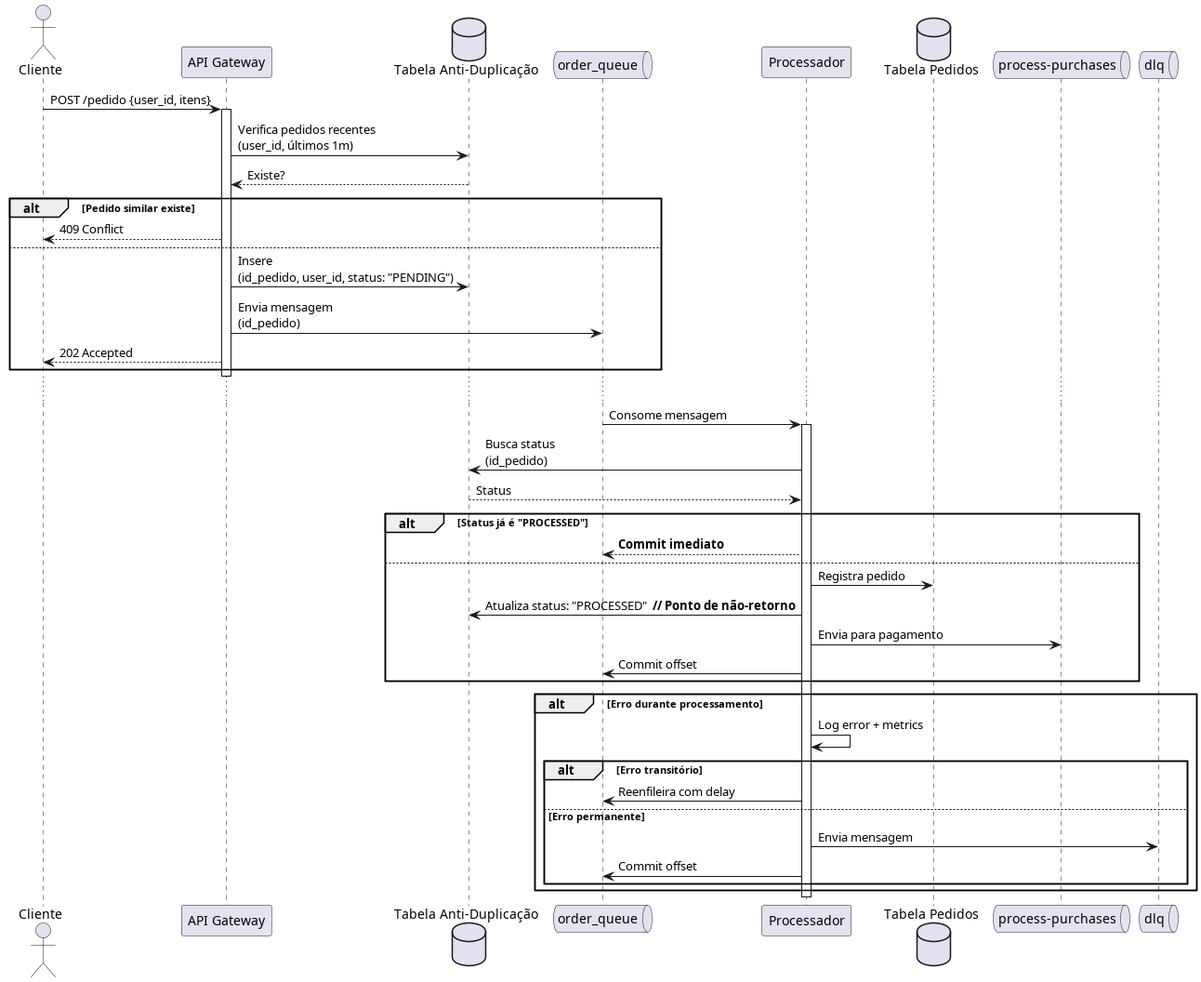
This is process-purchases/docs/enhanced_process_purchases_flow.png from Thales-Eduardo/gateway-pagament, a PlantUML export, as it was before one commit.
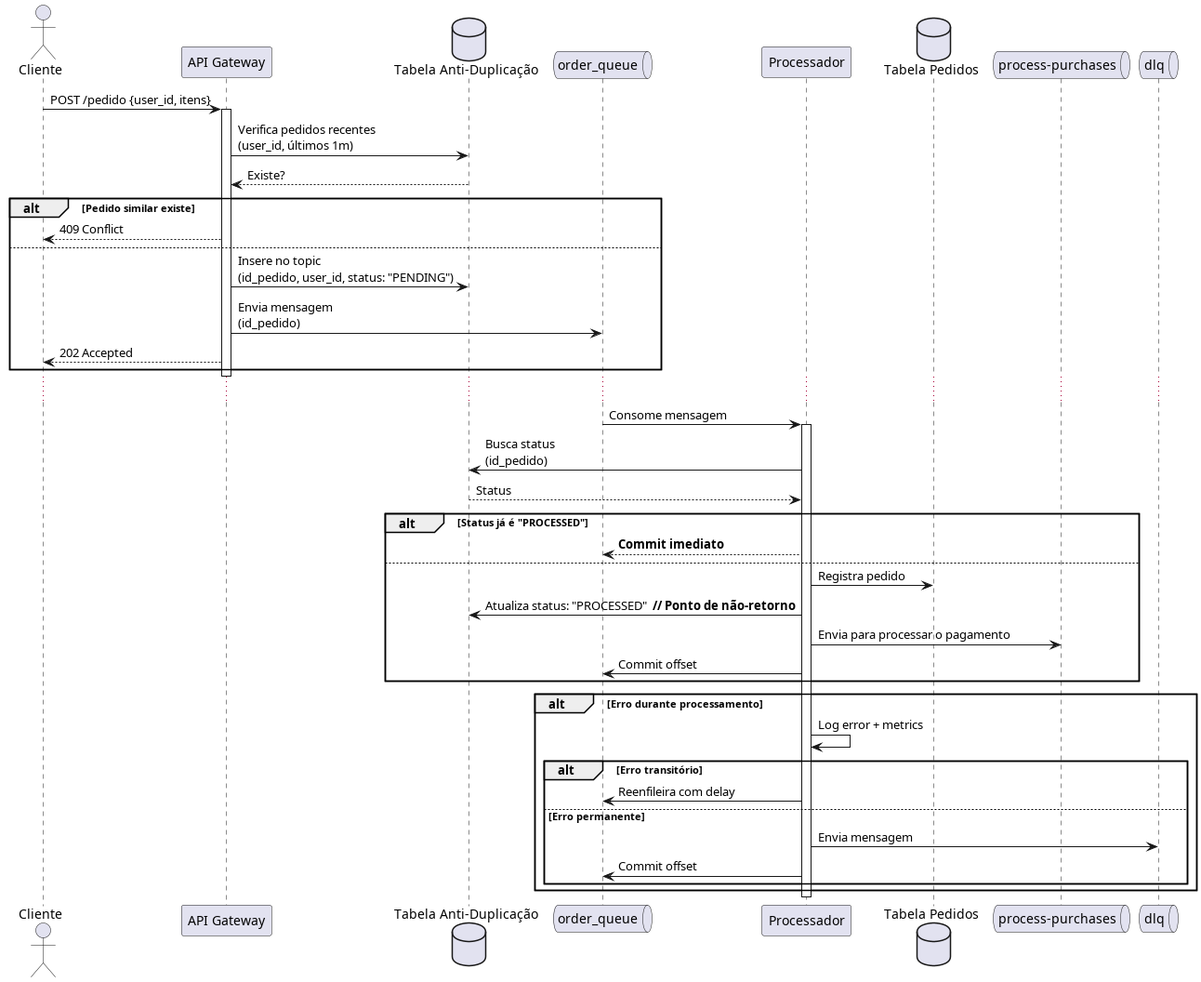
Above is the later version.

Change to the diagram source:
```diff
@@ -18,7 +18,7 @@
 alt Pedido similar existe
     Gateway --> Cliente: 409 Conflict
 else
-    Gateway -> AntiDup: Insere\n(id_pedido, user_id, status: "PENDING")
+    Gateway -> AntiDup: Insere no topic\n(id_pedido, user_id, status: "PENDING")
     Gateway -> OrderQueue: Envia mensagem\n(id_pedido)
     Gateway --> Cliente: 202 Accepted
 end
@@ -38,7 +38,7 @@
 else
     Processor -> Orders: Registra pedido
     Processor -> AntiDup: Atualiza status: "PROCESSED"  **// Ponto de não-retorno**
-    Processor -> ProcessPurchases: Envia para pagamento
+    Processor -> ProcessPurchases: Envia para processar o pagamento
     Processor -> OrderQueue: Commit offset
 end
 
```
